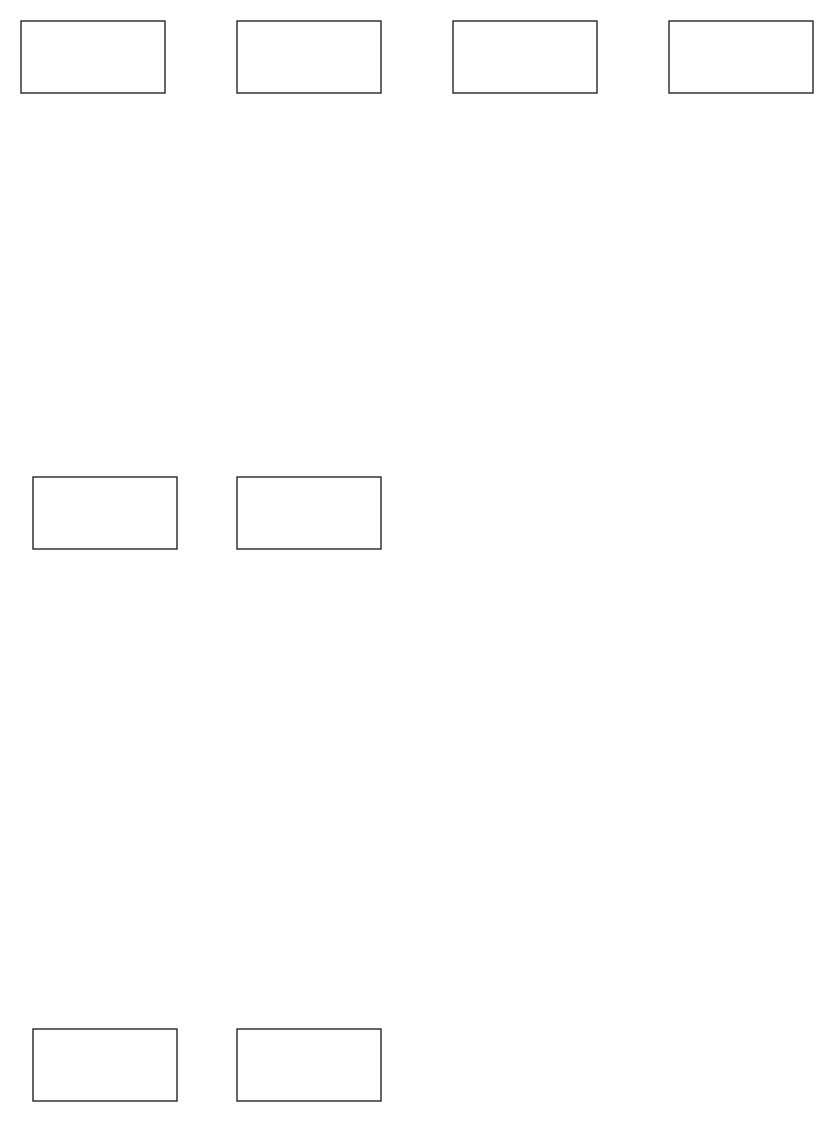
Before: page "data flow" (2 of 2) of flowchart.drawio in Antojoel/collegeminiproject1, a draw.io diagram. Source tidied: cells renumbered, new cells numbered last; positions are measured from the earlier drawing's top-left corner, leaving out a move shared by most shapes. Both pictures are drawn from the tidied source at 120%, with x=0, y=0 at pixel (20, 20).
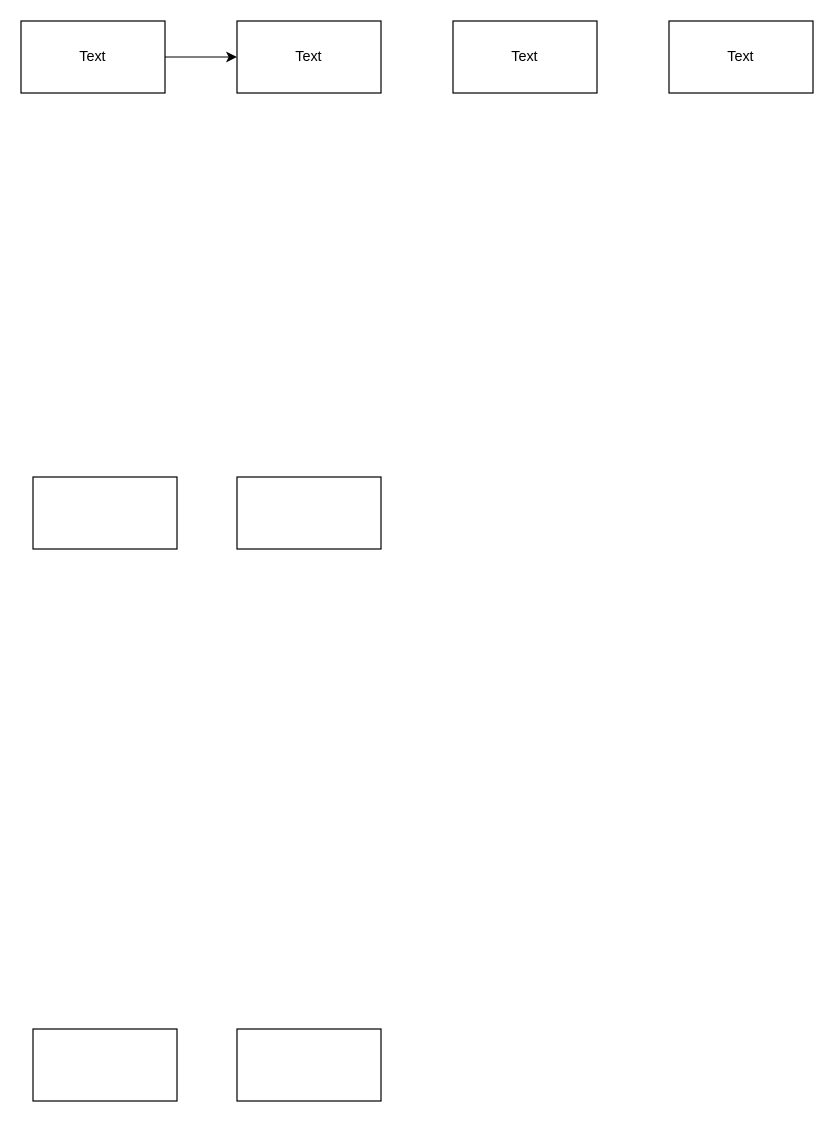
Above is the later version.

What changed in the source:
```diff
@@
 <mxGraphModel>
   <root>
     <mxCell id="0" />
     <mxCell id="1" parent="0" />
+    <mxCell id="10" style="edgeStyle=orthogonalEdgeStyle;rounded=0;jettySize=auto;html=1;" parent="1" edge="1" source="2" target="5">
+      <mxGeometry relative="1" as="geometry" />
+    </mxCell>
     <mxCell id="2" style="rounded=0;whiteSpace=wrap;html=1;" parent="1" vertex="1">
       <mxGeometry width="120" height="60" as="geometry" />
     </mxCell>
     <mxCell id="3" style="rounded=0;whiteSpace=wrap;html=1;" parent="1" vertex="1">
       <mxGeometry x="10" y="380" width="120" height="60" as="geometry" />
     </mxCell>
     <mxCell id="4" style="rounded=0;whiteSpace=wrap;html=1;" parent="1" vertex="1">
       <mxGeometry x="10" y="840" width="120" height="60" as="geometry" />
     </mxCell>
     <mxCell id="5" style="rounded=0;whiteSpace=wrap;html=1;" parent="1" vertex="1">
       <mxGeometry x="180" width="120" height="60" as="geometry" />
     </mxCell>
     <mxCell id="6" style="rounded=0;whiteSpace=wrap;html=1;" parent="1" vertex="1">
       <mxGeometry x="360" width="120" height="60" as="geometry" />
     </mxCell>
     <mxCell id="7" style="rounded=0;whiteSpace=wrap;html=1;" parent="1" vertex="1">
       <mxGeometry x="540" width="120" height="60" as="geometry" />
     </mxCell>
     <mxCell id="8" style="rounded=0;whiteSpace=wrap;html=1;" parent="1" vertex="1">
       <mxGeometry x="180" y="380" width="120" height="60" as="geometry" />
     </mxCell>
     <mxCell id="9" style="rounded=0;whiteSpace=wrap;html=1;" parent="1" vertex="1">
       <mxGeometry x="180" y="840" width="120" height="60" as="geometry" />
     </mxCell>
+    <mxCell id="11" value="Text" style="text;html=1;strokeColor=none;fillColor=none;align=center;verticalAlign=middle;whiteSpace=wrap;rounded=0;" parent="1" vertex="1">
+      <mxGeometry x="40" y="20" width="40" height="20" as="geometry" />
+    </mxCell>
+    <mxCell id="12" value="Text" style="text;html=1;strokeColor=none;fillColor=none;align=center;verticalAlign=middle;whiteSpace=wrap;rounded=0;" parent="1" vertex="1">
+      <mxGeometry x="220" y="20" width="40" height="20" as="geometry" />
+    </mxCell>
+    <mxCell id="13" value="Text" style="text;html=1;strokeColor=none;fillColor=none;align=center;verticalAlign=middle;whiteSpace=wrap;rounded=0;" parent="1" vertex="1">
+      <mxGeometry x="400" y="20" width="40" height="20" as="geometry" />
+    </mxCell>
+    <mxCell id="14" value="Text" style="text;html=1;strokeColor=none;fillColor=none;align=center;verticalAlign=middle;whiteSpace=wrap;rounded=0;" parent="1" vertex="1">
+      <mxGeometry x="580" y="20" width="40" height="20" as="geometry" />
+    </mxCell>
   </root>
 </mxGraphModel>
```
